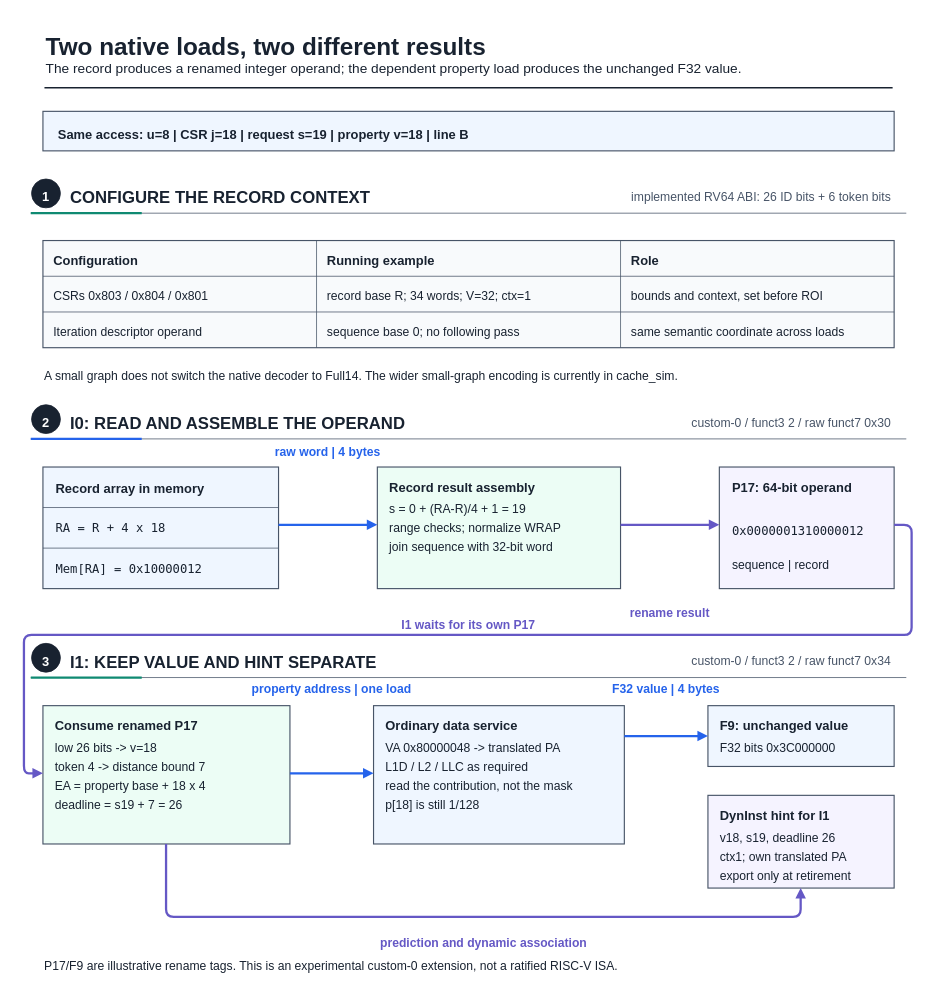
Above: fig/wiki_src/risc-v-instruction-path/risc-v-instruction-path-f01-instruction-family.drawio in UVA-LavaLab/ECG_GrAPL (draw.io), before the change. Source tidied: cells renumbered, new cells numbered last; positions are measured from the earlier drawing's top-left corner, leaving out a move shared by most shapes. Both pictures are drawn from the tidied source at 76%, with x=0, y=0 at pixel (12, 12).
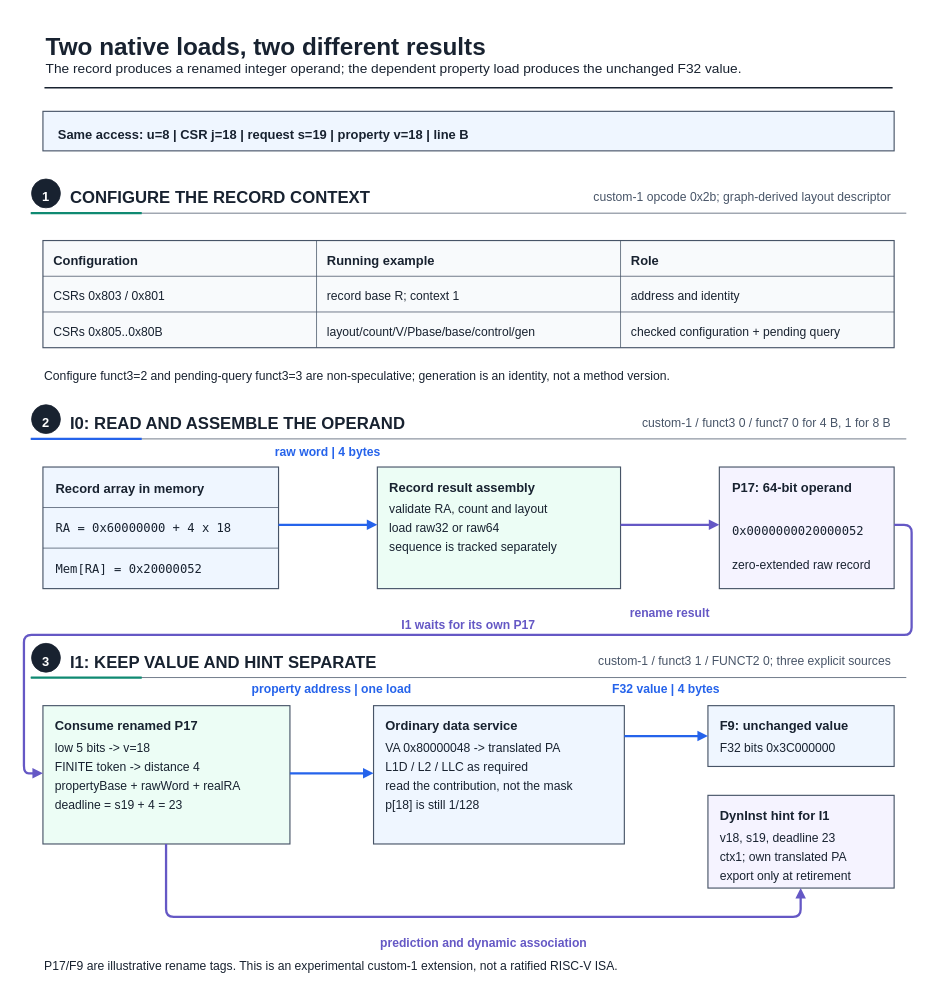
The same page after the edit.

Change to the diagram source:
```diff
@@
-    <mxCell id="11" value="implemented RV64 ABI: 26 ID bits + 6 token bits" style="text;html=0;strokeColor=none;fillColor=none;align=right;verticalAlign=middle;fontFamily=Liberation Sans;fontSize=16;fontColor=#475467;fontStyle=0;" parent="1" vertex="1">
-      <mxGeometry x="759.4" y="230.2" width="398.6" height="22.4" as="geometry" />
+    <mxCell id="11" value="custom-1 opcode 0x2b; graph-derived layout descriptor" style="text;html=0;strokeColor=none;fillColor=none;align=right;verticalAlign=middle;fontFamily=Liberation Sans;fontSize=16;fontColor=#475467;fontStyle=0;" parent="1" vertex="1">
+      <mxGeometry x="708.6" y="230.2" width="449.4" height="22.4" as="geometry" />
     </mxCell>
@@
-    <mxCell id="18" value="CSRs 0x803 / 0x804 / 0x801" style="text;html=0;strokeColor=none;fillColor=none;align=left;verticalAlign=middle;fontFamily=Liberation Sans;fontSize=16;fontColor=#182230;fontStyle=0;" parent="1" vertex="1">
-      <mxGeometry x="52" y="361.2" width="220.5" height="22.4" as="geometry" />
+    <mxCell id="18" value="CSRs 0x803 / 0x801" style="text;html=0;strokeColor=none;fillColor=none;align=left;verticalAlign=middle;fontFamily=Liberation Sans;fontSize=16;fontColor=#182230;fontStyle=0;" parent="1" vertex="1">
+      <mxGeometry x="52" y="361.2" width="152.6" height="22.4" as="geometry" />
     </mxCell>
-    <mxCell id="19" value="Iteration descriptor operand" style="text;html=0;strokeColor=none;fillColor=none;align=left;verticalAlign=middle;fontFamily=Liberation Sans;fontSize=16;fontColor=#182230;fontStyle=0;" parent="1" vertex="1">
-      <mxGeometry x="52" y="408.2" width="237.4" height="22.4" as="geometry" />
+    <mxCell id="19" value="CSRs 0x805..0x80B" style="text;html=0;strokeColor=none;fillColor=none;align=left;verticalAlign=middle;fontFamily=Liberation Sans;fontSize=16;fontColor=#182230;fontStyle=0;" parent="1" vertex="1">
+      <mxGeometry x="52" y="408.2" width="144.2" height="22.4" as="geometry" />
     </mxCell>
@@
-    <mxCell id="22" value="record base R; 34 words; V=32; ctx=1" style="text;html=0;strokeColor=none;fillColor=none;align=left;verticalAlign=middle;fontFamily=Liberation Sans;fontSize=16;fontColor=#182230;fontStyle=0;" parent="1" vertex="1">
-      <mxGeometry x="412" y="361.2" width="305.3" height="22.4" as="geometry" />
+    <mxCell id="22" value="record base R; context 1" style="text;html=0;strokeColor=none;fillColor=none;align=left;verticalAlign=middle;fontFamily=Liberation Sans;fontSize=16;fontColor=#182230;fontStyle=0;" parent="1" vertex="1">
+      <mxGeometry x="412" y="361.2" width="203.5" height="22.4" as="geometry" />
     </mxCell>
-    <mxCell id="23" value="sequence base 0; no following pass" style="text;html=0;strokeColor=none;fillColor=none;align=left;verticalAlign=middle;fontFamily=Liberation Sans;fontSize=16;fontColor=#182230;fontStyle=0;" parent="1" vertex="1">
-      <mxGeometry x="412" y="408.2" width="288.3" height="22.4" as="geometry" />
+    <mxCell id="23" value="layout/count/V/Pbase/base/control/gen" style="text;html=0;strokeColor=none;fillColor=none;align=left;verticalAlign=middle;fontFamily=Liberation Sans;fontSize=16;fontColor=#182230;fontStyle=0;" parent="1" vertex="1">
+      <mxGeometry x="412" y="408.2" width="313.8" height="22.4" as="geometry" />
     </mxCell>
@@
-    <mxCell id="26" value="bounds and context, set before ROI" style="text;html=0;strokeColor=none;fillColor=none;align=left;verticalAlign=middle;fontFamily=Liberation Sans;fontSize=16;fontColor=#182230;fontStyle=0;" parent="1" vertex="1">
-      <mxGeometry x="812" y="361.2" width="288.3" height="22.4" as="geometry" />
+    <mxCell id="26" value="address and identity" style="text;html=0;strokeColor=none;fillColor=none;align=left;verticalAlign=middle;fontFamily=Liberation Sans;fontSize=16;fontColor=#182230;fontStyle=0;" parent="1" vertex="1">
+      <mxGeometry x="812" y="361.2" width="169.6" height="22.4" as="geometry" />
     </mxCell>
-    <mxCell id="27" value="same semantic coordinate across loads" style="text;html=0;strokeColor=none;fillColor=none;align=left;verticalAlign=middle;fontFamily=Liberation Sans;fontSize=16;fontColor=#182230;fontStyle=0;" parent="1" vertex="1">
+    <mxCell id="27" value="checked configuration + pending query" style="text;html=0;strokeColor=none;fillColor=none;align=left;verticalAlign=middle;fontFamily=Liberation Sans;fontSize=16;fontColor=#182230;fontStyle=0;" parent="1" vertex="1">
       <mxGeometry x="812" y="408.2" width="313.8" height="22.4" as="geometry" />
     </mxCell>
-    <mxCell id="28" value="A small graph does not switch the native decoder to Full14. The wider small-graph encoding is currently in cache_sim." style="text;html=0;strokeColor=none;fillColor=none;align=left;verticalAlign=middle;fontFamily=Liberation Sans;fontSize=16;fontColor=#182230;fontStyle=0;" parent="1" vertex="1">
-      <mxGeometry x="40" y="466.2" width="992.2" height="22.4" as="geometry" />
+    <mxCell id="28" value="Configure funct3=2 and pending-query funct3=3 are non-speculative; generation is an identity, not a method version." style="text;html=0;strokeColor=none;fillColor=none;align=left;verticalAlign=middle;fontFamily=Liberation Sans;fontSize=16;fontColor=#182230;fontStyle=0;" parent="1" vertex="1">
+      <mxGeometry x="40" y="466.2" width="975.2" height="22.4" as="geometry" />
     </mxCell>
@@
-    <mxCell id="32" value="custom-0 / funct3 2 / raw funct7 0x30" style="text;html=0;strokeColor=none;fillColor=none;align=right;verticalAlign=middle;fontFamily=Liberation Sans;fontSize=16;fontColor=#475467;fontStyle=0;" parent="1" vertex="1">
-      <mxGeometry x="844.2" y="527.2" width="313.8" height="22.4" as="geometry" />
+    <mxCell id="32" value="custom-1 / funct3 0 / funct7 0 for 4 B, 1 for 8 B" style="text;html=0;strokeColor=none;fillColor=none;align=right;verticalAlign=middle;fontFamily=Liberation Sans;fontSize=16;fontColor=#475467;fontStyle=0;" parent="1" vertex="1">
+      <mxGeometry x="742.5" y="527.2" width="415.5" height="22.4" as="geometry" />
     </mxCell>
@@
-    <mxCell id="39" value="RA = R + 4 x 18" style="text;html=0;strokeColor=none;fillColor=none;align=left;verticalAlign=middle;fontFamily=DejaVu Sans Mono;fontSize=16;fontColor=#182230;fontStyle=0;" parent="1" vertex="1">
-      <mxGeometry x="55" y="666.2" width="148.8" height="22.4" as="geometry" />
+    <mxCell id="39" value="RA = 0x60000000 + 4 x 18" style="text;html=0;strokeColor=none;fillColor=none;align=left;verticalAlign=middle;fontFamily=DejaVu Sans Mono;fontSize=16;fontColor=#182230;fontStyle=0;" parent="1" vertex="1">
+      <mxGeometry x="55" y="666.2" width="238.1" height="22.4" as="geometry" />
     </mxCell>
-    <mxCell id="40" value="Mem[RA] = 0x10000012" style="text;html=0;strokeColor=none;fillColor=none;align=left;verticalAlign=middle;fontFamily=DejaVu Sans Mono;fontSize=16;fontColor=#182230;fontStyle=0;" parent="1" vertex="1">
+    <mxCell id="40" value="Mem[RA] = 0x20000052" style="text;html=0;strokeColor=none;fillColor=none;align=left;verticalAlign=middle;fontFamily=DejaVu Sans Mono;fontSize=16;fontColor=#182230;fontStyle=0;" parent="1" vertex="1">
       <mxGeometry x="55" y="720.2" width="198.4" height="22.4" as="geometry" />
     </mxCell>
@@
-    <mxCell id="43" value="s = 0 + (RA-R)/4 + 1 = 19" style="text;html=0;strokeColor=none;fillColor=none;align=left;verticalAlign=middle;fontFamily=Liberation Sans;fontSize=16;fontColor=#182230;fontStyle=0;" parent="1" vertex="1">
-      <mxGeometry x="494" y="641.2" width="212" height="22.4" as="geometry" />
+    <mxCell id="43" value="validate RA, count and layout" style="text;html=0;strokeColor=none;fillColor=none;align=left;verticalAlign=middle;fontFamily=Liberation Sans;fontSize=16;fontColor=#182230;fontStyle=0;" parent="1" vertex="1">
+      <mxGeometry x="494" y="641.2" width="245.9" height="22.4" as="geometry" />
     </mxCell>
-    <mxCell id="44" value="range checks; normalize WRAP" style="text;html=0;strokeColor=none;fillColor=none;align=left;verticalAlign=middle;fontFamily=Liberation Sans;fontSize=16;fontColor=#182230;fontStyle=0;" parent="1" vertex="1">
-      <mxGeometry x="494" y="666.2" width="237.4" height="22.4" as="geometry" />
+    <mxCell id="44" value="load raw32 or raw64" style="text;html=0;strokeColor=none;fillColor=none;align=left;verticalAlign=middle;fontFamily=Liberation Sans;fontSize=16;fontColor=#182230;fontStyle=0;" parent="1" vertex="1">
+      <mxGeometry x="494" y="666.2" width="161.1" height="22.4" as="geometry" />
     </mxCell>
-    <mxCell id="45" value="join sequence with 32-bit word" style="text;html=0;strokeColor=none;fillColor=none;align=left;verticalAlign=middle;fontFamily=Liberation Sans;fontSize=16;fontColor=#182230;fontStyle=0;" parent="1" vertex="1">
+    <mxCell id="45" value="sequence is tracked separately" style="text;html=0;strokeColor=none;fillColor=none;align=left;verticalAlign=middle;fontFamily=Liberation Sans;fontSize=16;fontColor=#182230;fontStyle=0;" parent="1" vertex="1">
       <mxGeometry x="494" y="691.2" width="254.4" height="22.4" as="geometry" />
     </mxCell>
@@
-    <mxCell id="48" value="0x0000001310000012" style="text;html=0;strokeColor=none;fillColor=none;align=left;verticalAlign=middle;fontFamily=DejaVu Sans Mono;fontSize=16;fontColor=#182230;fontStyle=0;" parent="1" vertex="1">
+    <mxCell id="48" value="0x0000000020000052" style="text;html=0;strokeColor=none;fillColor=none;align=left;verticalAlign=middle;fontFamily=DejaVu Sans Mono;fontSize=16;fontColor=#182230;fontStyle=0;" parent="1" vertex="1">
       <mxGeometry x="945" y="669.2" width="178.6" height="22.4" as="geometry" />
     </mxCell>
-    <mxCell id="49" value="sequence | record" style="text;html=0;strokeColor=none;fillColor=none;align=left;verticalAlign=middle;fontFamily=Liberation Sans;fontSize=16;fontColor=#182230;fontStyle=0;" parent="1" vertex="1">
-      <mxGeometry x="945" y="714.2" width="144.2" height="22.4" as="geometry" />
+    <mxCell id="49" value="zero-extended raw record" style="text;html=0;strokeColor=none;fillColor=none;align=left;verticalAlign=middle;fontFamily=Liberation Sans;fontSize=16;fontColor=#182230;fontStyle=0;" parent="1" vertex="1">
+      <mxGeometry x="945" y="714.2" width="203.5" height="22.4" as="geometry" />
     </mxCell>
@@
-    <mxCell id="57" value="custom-0 / funct3 2 / raw funct7 0x34" style="text;html=0;strokeColor=none;fillColor=none;align=right;verticalAlign=middle;fontFamily=Liberation Sans;fontSize=16;fontColor=#475467;fontStyle=0;" parent="1" vertex="1">
-      <mxGeometry x="844.2" y="841.2" width="313.8" height="22.4" as="geometry" />
+    <mxCell id="57" value="custom-1 / funct3 1 / FUNCT2 0; three explicit sources" style="text;html=0;strokeColor=none;fillColor=none;align=right;verticalAlign=middle;fontFamily=Liberation Sans;fontSize=16;fontColor=#475467;fontStyle=0;" parent="1" vertex="1">
+      <mxGeometry x="700.1" y="841.2" width="457.9" height="22.4" as="geometry" />
     </mxCell>
@@
-    <mxCell id="62" value="low 26 bits -&gt; v=18" style="text;html=0;strokeColor=none;fillColor=none;align=left;verticalAlign=middle;fontFamily=Liberation Sans;fontSize=16;fontColor=#182230;fontStyle=0;" parent="1" vertex="1">
-      <mxGeometry x="54" y="955.2" width="161.1" height="22.4" as="geometry" />
+    <mxCell id="62" value="low 5 bits -&gt; v=18" style="text;html=0;strokeColor=none;fillColor=none;align=left;verticalAlign=middle;fontFamily=Liberation Sans;fontSize=16;fontColor=#182230;fontStyle=0;" parent="1" vertex="1">
+      <mxGeometry x="54" y="955.2" width="152.6" height="22.4" as="geometry" />
     </mxCell>
-    <mxCell id="63" value="token 4 -&gt; distance bound 7" style="text;html=0;strokeColor=none;fillColor=none;align=left;verticalAlign=middle;fontFamily=Liberation Sans;fontSize=16;fontColor=#182230;fontStyle=0;" parent="1" vertex="1">
-      <mxGeometry x="54" y="980.2" width="229" height="22.4" as="geometry" />
+    <mxCell id="63" value="FINITE token -&gt; distance 4" style="text;html=0;strokeColor=none;fillColor=none;align=left;verticalAlign=middle;fontFamily=Liberation Sans;fontSize=16;fontColor=#182230;fontStyle=0;" parent="1" vertex="1">
+      <mxGeometry x="54" y="980.2" width="220.5" height="22.4" as="geometry" />
     </mxCell>
-    <mxCell id="64" value="EA = property base + 18 x 4" style="text;html=0;strokeColor=none;fillColor=none;align=left;verticalAlign=middle;fontFamily=Liberation Sans;fontSize=16;fontColor=#182230;fontStyle=0;" parent="1" vertex="1">
-      <mxGeometry x="54" y="1005.2" width="229" height="22.4" as="geometry" />
+    <mxCell id="64" value="propertyBase + rawWord + realRA" style="text;html=0;strokeColor=none;fillColor=none;align=left;verticalAlign=middle;fontFamily=Liberation Sans;fontSize=16;fontColor=#182230;fontStyle=0;" parent="1" vertex="1">
+      <mxGeometry x="54" y="1005.2" width="262.9" height="22.4" as="geometry" />
     </mxCell>
-    <mxCell id="65" value="deadline = s19 + 7 = 26" style="text;html=0;strokeColor=none;fillColor=none;align=left;verticalAlign=middle;fontFamily=Liberation Sans;fontSize=16;fontColor=#182230;fontStyle=0;" parent="1" vertex="1">
+    <mxCell id="65" value="deadline = s19 + 4 = 23" style="text;html=0;strokeColor=none;fillColor=none;align=left;verticalAlign=middle;fontFamily=Liberation Sans;fontSize=16;fontColor=#182230;fontStyle=0;" parent="1" vertex="1">
       <mxGeometry x="54" y="1030.2" width="195" height="22.4" as="geometry" />
     </mxCell>
@@
-    <mxCell id="77" value="v18, s19, deadline 26" style="text;html=0;strokeColor=none;fillColor=none;align=left;verticalAlign=middle;fontFamily=Liberation Sans;fontSize=16;fontColor=#182230;fontStyle=0;" parent="1" vertex="1">
+    <mxCell id="77" value="v18, s19, deadline 23" style="text;html=0;strokeColor=none;fillColor=none;align=left;verticalAlign=middle;fontFamily=Liberation Sans;fontSize=16;fontColor=#182230;fontStyle=0;" parent="1" vertex="1">
       <mxGeometry x="929" y="1073.2" width="178.1" height="22.4" as="geometry" />
     </mxCell>
@@
-    <mxCell id="88" value="P17/F9 are illustrative rename tags. This is an experimental custom-0 extension, not a ratified RISC-V ISA." style="text;html=0;strokeColor=none;fillColor=none;align=left;verticalAlign=middle;fontFamily=Liberation Sans;fontSize=16;fontColor=#182230;fontStyle=0;" parent="1" vertex="1">
+    <mxCell id="88" value="P17/F9 are illustrative rename tags. This is an experimental custom-1 extension, not a ratified RISC-V ISA." style="text;html=0;strokeColor=none;fillColor=none;align=left;verticalAlign=middle;fontFamily=Liberation Sans;fontSize=16;fontColor=#182230;fontStyle=0;" parent="1" vertex="1">
       <mxGeometry x="40" y="1242.2" width="907.4" height="22.4" as="geometry" />
     </mxCell>
```
